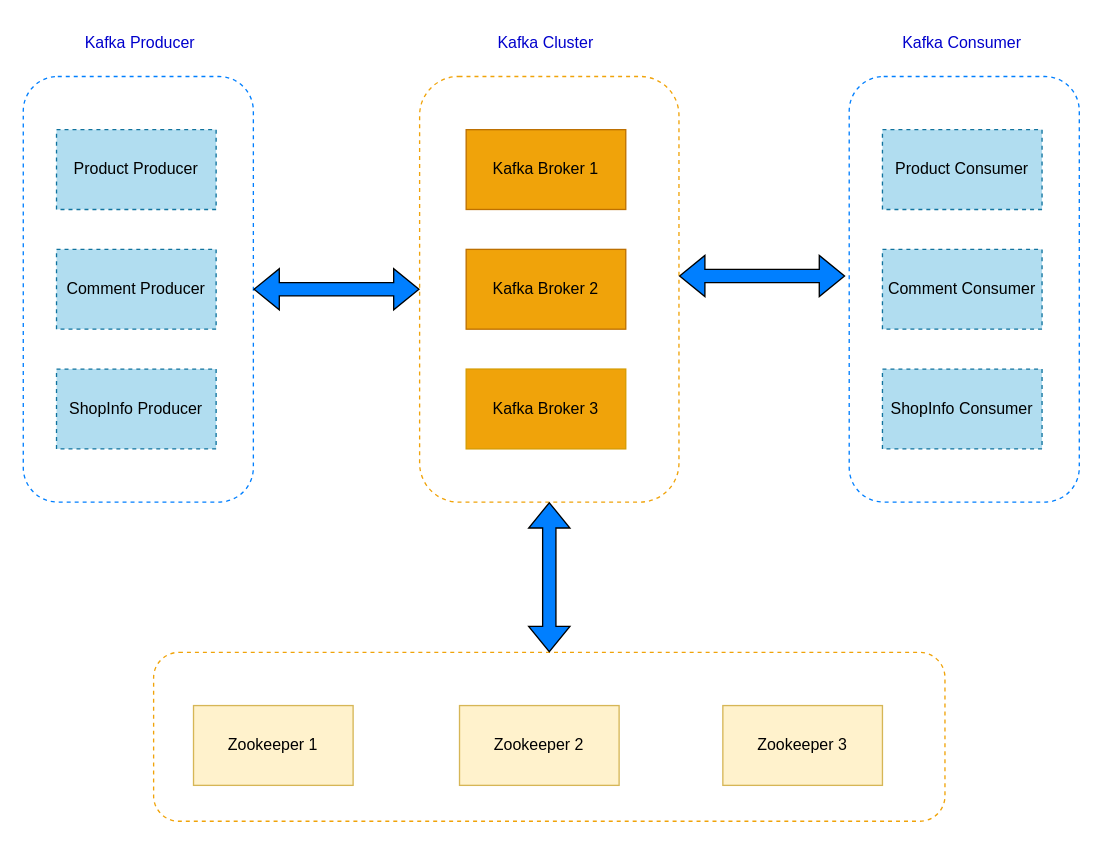
Earlier version of the draw.io diagram architecture/kafka cluster.drawio (vukhanh09/DATN). Source tidied: cells renumbered, new cells numbered last; positions are measured from the earlier drawing's top-left corner, leaving out a move shared by most shapes. Both pictures are drawn from the tidied source at 133%, with x=0, y=0 at pixel (23, 23).
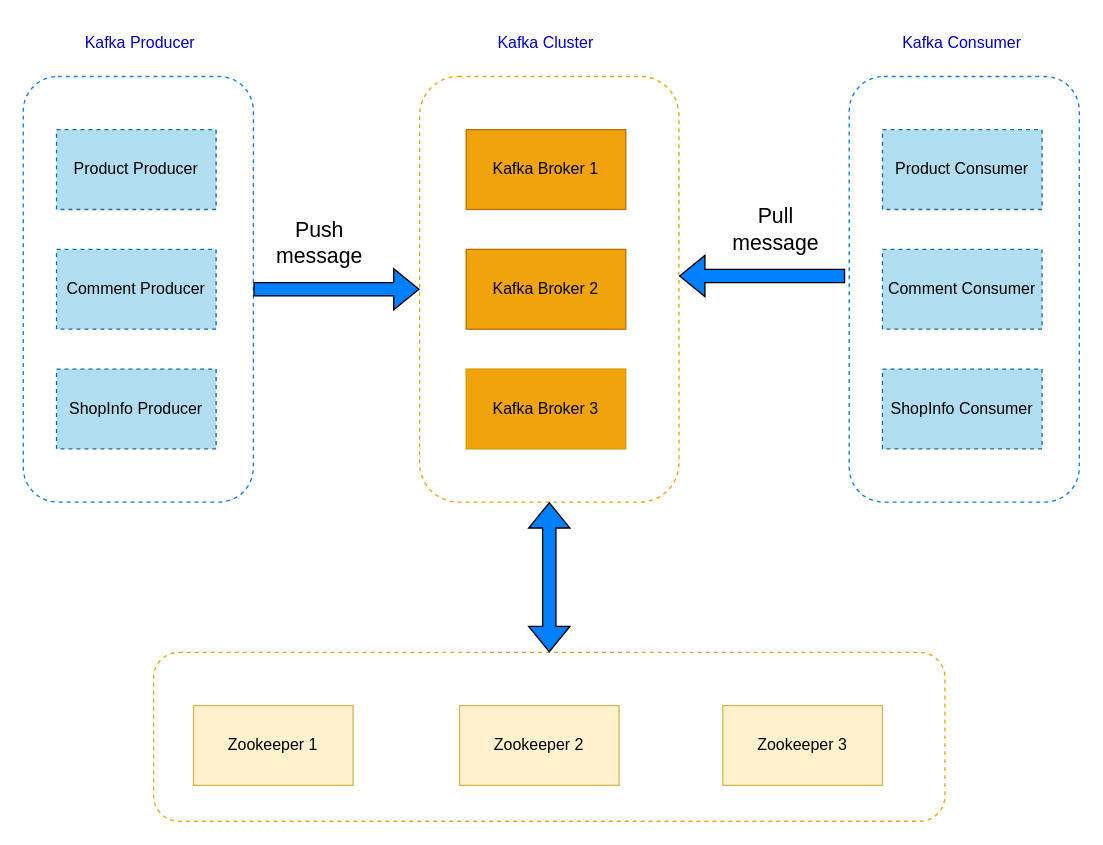
The same page after the edit.

Commit message:
Cập nhật kafka cluster.drawio

The change refers to these unchanged cells:
```xml
<mxCell id="2" style="rounded=1;whiteSpace=wrap;html=1;dashed=1;strokeColor=#007FFF;fillColor=none;" parent="1" vertex="1">
  <mxGeometry y="40" width="173" height="320" as="geometry" />
</mxCell>
<mxCell id="4" style="rounded=1;whiteSpace=wrap;html=1;dashed=1;fillColor=none;strokeColor=#F0A30A;fontColor=#000000;" parent="1" vertex="1">
  <mxGeometry x="298" y="40" width="195" height="320" as="geometry" />
</mxCell>
```

Diff of the diagram source:
```diff
@@
-    <mxCell id="15" style="shape=flexArrow;endArrow=classic;startArrow=classic;html=1;rounded=0;entryX=0;entryY=0.5;entryDx=0;entryDy=0;fillColor=#007FFF;exitX=1;exitY=0.5;exitDx=0;exitDy=0;" parent="1" edge="1" source="2" target="4">
+    <mxCell id="15" style="shape=flexArrow;endArrow=classic;startArrow=none;html=1;rounded=0;entryX=0;entryY=0.5;entryDx=0;entryDy=0;fillColor=#007FFF;exitX=1;exitY=0.5;exitDx=0;exitDy=0;startFill=0;" parent="1" edge="1" source="2" target="4">
       <mxGeometry relative="1" as="geometry" />
     </mxCell>
@@
-    <mxCell id="20" style="shape=flexArrow;endArrow=classic;startArrow=classic;html=1;rounded=0;entryX=0;entryY=0.5;entryDx=0;entryDy=0;fillColor=#007FFF;exitX=1;exitY=0.5;exitDx=0;exitDy=0;" parent="1" edge="1">
+    <mxCell id="20" style="shape=flexArrow;endArrow=none;startArrow=classic;html=1;rounded=0;entryX=0;entryY=0.5;entryDx=0;entryDy=0;fillColor=#007FFF;exitX=1;exitY=0.5;exitDx=0;exitDy=0;endFill=0;" parent="1" edge="1">
       <mxGeometry relative="1" as="geometry">
         <mxPoint x="493" y="190" as="sourcePoint" />
         <mxPoint x="618" y="190" as="targetPoint" />
       </mxGeometry>
     </mxCell>
@@
+    <mxCell id="24" value="&lt;font style=&quot;font-size: 16px;&quot;&gt;Push message&lt;/font&gt;" style="text;html=1;strokeColor=none;fillColor=none;align=center;verticalAlign=middle;whiteSpace=wrap;rounded=0;" parent="1" vertex="1">
+      <mxGeometry x="183" y="140" width="80" height="50" as="geometry" />
+    </mxCell>
+    <mxCell id="25" value="&lt;font style=&quot;font-size: 16px;&quot;&gt;Pull message&lt;/font&gt;" style="text;html=1;strokeColor=none;fillColor=none;align=center;verticalAlign=middle;whiteSpace=wrap;rounded=0;" parent="1" vertex="1">
+      <mxGeometry x="526" y="130" width="80" height="50" as="geometry" />
+    </mxCell>
```
